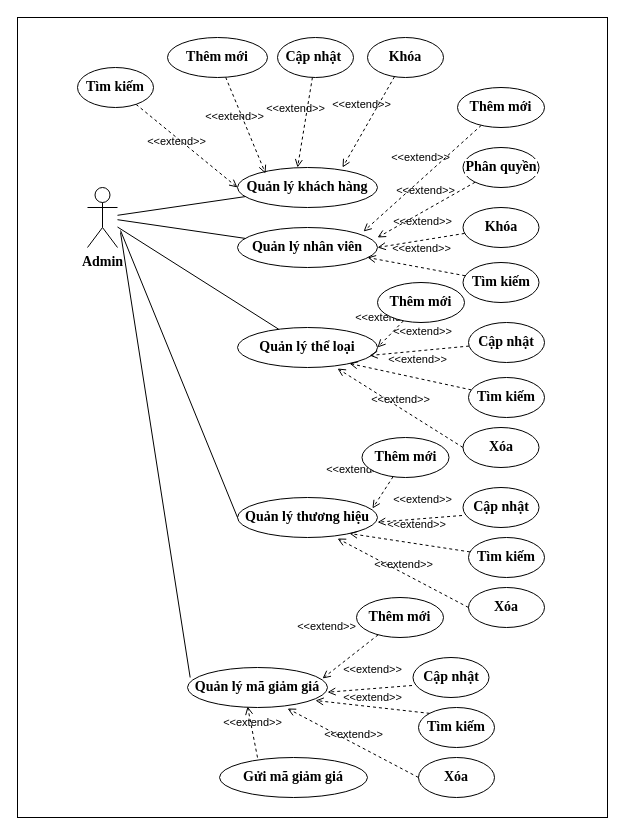
The draw.io diagram page "UC Admin" (7 of 68) of Biểu đồ không có tiêu đề.drawio in tongdat27/C-, before the edit. Source tidied: cells renumbered, new cells numbered last; positions are measured from the earlier drawing's top-left corner, leaving out a move shared by most shapes. Both pictures are drawn from the tidied source at 100%, with x=0, y=0 at pixel (17, 17).
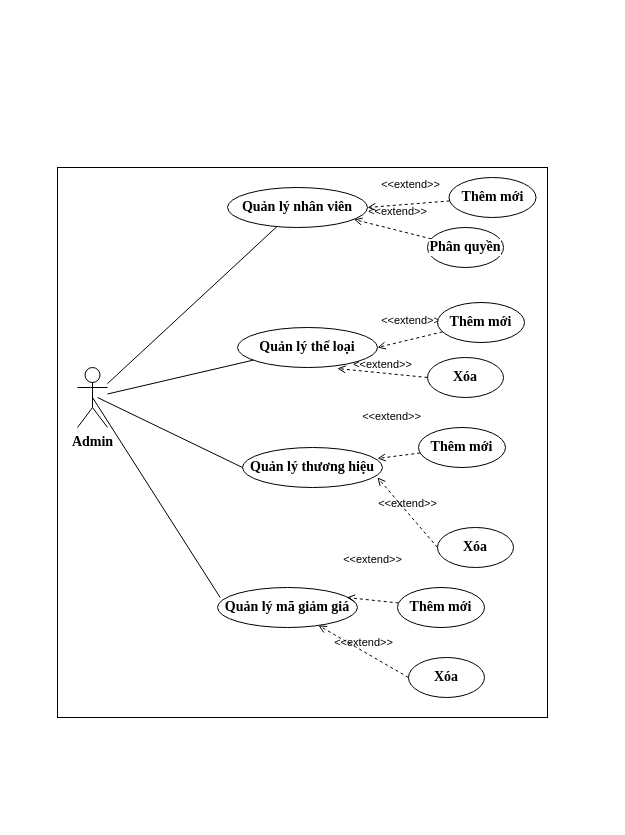
After the change.

Commit message:
Cập nhật Biểu đồ không có tiêu đề.drawio

Unchanged cells that the change refers to:
```xml
<mxCell id="6" value="&lt;span style=&quot;font-size: 14px;&quot;&gt;Quản lý thể loại&lt;/span&gt;" style="ellipse;whiteSpace=wrap;html=1;fontFamily=Times New Roman;fontSize=14;labelBackgroundColor=default;fontColor=#000000;fontStyle=1;labelBorderColor=none;" parent="1" vertex="1">
  <mxGeometry x="220" y="310" width="140" height="40" as="geometry" />
</mxCell>
```

Diff of the diagram source:
```diff
@@
     <mxCell id="2" style="rounded=0;whiteSpace=wrap;html=1;" parent="1" vertex="1">
-      <mxGeometry width="590" height="800" as="geometry" />
+      <mxGeometry x="40" y="150" width="490" height="550" as="geometry" />
     </mxCell>
     <mxCell id="3" value="Admin" style="shape=umlActor;verticalLabelPosition=bottom;verticalAlign=top;html=1;outlineConnect=0;fontFamily=Times New Roman;fontSize=14;labelBackgroundColor=default;fontColor=#000000;fontStyle=1;labelBorderColor=none;" parent="1" vertex="1">
-      <mxGeometry x="70" y="170" width="30" height="60" as="geometry" />
+      <mxGeometry x="60" y="350" width="30" height="60" as="geometry" />
     </mxCell>
-    <mxCell id="4" value="&lt;span style=&quot;font-size: 14px;&quot;&gt;Quản lý khách hàng&lt;/span&gt;" style="ellipse;whiteSpace=wrap;html=1;fontFamily=Times New Roman;fontSize=14;labelBackgroundColor=default;fontColor=#000000;fontStyle=1;labelBorderColor=none;" parent="1" vertex="1">
-      <mxGeometry x="220" y="150" width="140" height="40" as="geometry" />
-    </mxCell>
     <mxCell id="5" value="&lt;span style=&quot;font-size: 14px;&quot;&gt;Quản lý nhân viên&lt;/span&gt;" style="ellipse;whiteSpace=wrap;html=1;fontFamily=Times New Roman;fontSize=14;labelBackgroundColor=default;fontColor=#000000;fontStyle=1;labelBorderColor=none;" parent="1" vertex="1">
-      <mxGeometry x="220" y="210" width="140" height="40" as="geometry" />
+      <mxGeometry x="210" y="170" width="140" height="40" as="geometry" />
     </mxCell>
@@
     <mxCell id="7" value="&lt;span style=&quot;font-size: 14px;&quot;&gt;Quản lý thương hiệu&lt;/span&gt;" style="ellipse;whiteSpace=wrap;html=1;fontFamily=Times New Roman;fontSize=14;labelBackgroundColor=default;fontColor=#000000;fontStyle=1;labelBorderColor=none;" parent="1" vertex="1">
-      <mxGeometry x="220" y="480" width="140" height="40" as="geometry" />
+      <mxGeometry x="225" y="430" width="140" height="40" as="geometry" />
     </mxCell>
-    <mxCell id="8" style="endArrow=none;html=1;rounded=0;fontFamily=Times New Roman;fontSize=14;labelBackgroundColor=default;fontColor=#000000;fontStyle=1;labelBorderColor=none;" parent="1" edge="1" source="3" target="4">
-      <mxGeometry relative="1" as="geometry" />
-    </mxCell>
@@
     <mxCell id="11" style="endArrow=none;html=1;rounded=0;entryX=0;entryY=0.5;entryDx=0;entryDy=0;fontFamily=Times New Roman;fontSize=14;labelBackgroundColor=default;fontColor=#000000;fontStyle=1;labelBorderColor=none;" parent="1" edge="1" target="7">
       <mxGeometry relative="1" as="geometry">
-        <mxPoint x="103" y="213" as="sourcePoint" />
+        <mxPoint x="80" y="380" as="sourcePoint" />
       </mxGeometry>
     </mxCell>
-    <mxCell id="12" style="endArrow=none;html=1;rounded=0;entryX=0.019;entryY=0.25;entryDx=0;entryDy=0;entryPerimeter=0;fontFamily=Times New Roman;fontSize=14;labelBackgroundColor=default;fontColor=#000000;fontStyle=1;labelBorderColor=none;" parent="1" edge="1" target="13">
-      <mxGeometry relative="1" as="geometry">
-        <mxPoint x="103" y="215" as="sourcePoint" />
-      </mxGeometry>
+    <mxCell id="12" style="endArrow=none;html=1;rounded=0;entryX=0.019;entryY=0.25;entryDx=0;entryDy=0;entryPerimeter=0;fontFamily=Times New Roman;fontSize=14;labelBackgroundColor=default;fontColor=#000000;fontStyle=1;labelBorderColor=none;exitX=0.5;exitY=0.5;exitDx=0;exitDy=0;exitPerimeter=0;" parent="1" edge="1" source="3" target="13">
+      <mxGeometry relative="1" as="geometry" />
     </mxCell>
     <mxCell id="13" value="&lt;span style=&quot;font-size: 14px;&quot;&gt;Quản lý mã giảm giá&lt;/span&gt;" style="ellipse;whiteSpace=wrap;html=1;fontFamily=Times New Roman;fontSize=14;labelBackgroundColor=default;fontColor=#000000;fontStyle=1;labelBorderColor=none;" parent="1" vertex="1">
-      <mxGeometry x="170" y="650" width="140" height="40" as="geometry" />
+      <mxGeometry x="200" y="570" width="140" height="40" as="geometry" />
     </mxCell>
-    <mxCell id="14" value="&amp;lt;&amp;lt;extend&amp;gt;&amp;gt;" style="html=1;verticalAlign=bottom;labelBackgroundColor=none;endArrow=open;endFill=0;dashed=1;rounded=0;entryX=0.2;entryY=0.15;entryDx=0;entryDy=0;entryPerimeter=0;" parent="1" edge="1" source="15" target="4">
-      <mxGeometry x="-0.08" y="-10" relative="1" as="geometry" />
-    </mxCell>
-    <mxCell id="15" value="&lt;span style=&quot;font-size: 14px;&quot;&gt;Thêm mới&lt;/span&gt;" style="ellipse;whiteSpace=wrap;html=1;fontFamily=Times New Roman;fontSize=14;labelBackgroundColor=default;fontColor=#000000;fontStyle=1;labelBorderColor=none;" parent="1" vertex="1">
-      <mxGeometry x="150" y="20" width="100" height="40" as="geometry" />
-    </mxCell>
-    <mxCell id="16" value="&amp;lt;&amp;lt;extend&amp;gt;&amp;gt;" style="html=1;verticalAlign=bottom;labelBackgroundColor=none;endArrow=open;endFill=0;dashed=1;rounded=0;entryX=0.429;entryY=0;entryDx=0;entryDy=0;entryPerimeter=0;" parent="1" edge="1" source="17" target="4">
-      <mxGeometry x="-0.08" y="-10" relative="1" as="geometry" />
-    </mxCell>
-    <mxCell id="17" value="&lt;span style=&quot;font-size: 14px;&quot;&gt;Cập nhật&amp;nbsp;&lt;/span&gt;" style="ellipse;whiteSpace=wrap;html=1;fontFamily=Times New Roman;fontSize=14;labelBackgroundColor=default;fontColor=#000000;fontStyle=1;labelBorderColor=none;" parent="1" vertex="1">
-      <mxGeometry x="260" y="20" width="76" height="40" as="geometry" />
-    </mxCell>
-    <mxCell id="18" value="&amp;lt;&amp;lt;extend&amp;gt;&amp;gt;" style="html=1;verticalAlign=bottom;labelBackgroundColor=none;endArrow=open;endFill=0;dashed=1;rounded=0;entryX=0.75;entryY=0;entryDx=0;entryDy=0;entryPerimeter=0;" parent="1" edge="1" source="19" target="4">
-      <mxGeometry x="-0.08" y="-10" relative="1" as="geometry" />
-    </mxCell>
-    <mxCell id="19" value="&lt;span style=&quot;font-size: 14px;&quot;&gt;Khóa&lt;/span&gt;" style="ellipse;whiteSpace=wrap;html=1;fontFamily=Times New Roman;fontSize=14;labelBackgroundColor=default;fontColor=#000000;fontStyle=1;labelBorderColor=none;" parent="1" vertex="1">
-      <mxGeometry x="350" y="20" width="76" height="40" as="geometry" />
-    </mxCell>
-    <mxCell id="20" value="&amp;lt;&amp;lt;extend&amp;gt;&amp;gt;" style="html=1;verticalAlign=bottom;labelBackgroundColor=none;endArrow=open;endFill=0;dashed=1;rounded=0;entryX=0.9;entryY=0.1;entryDx=0;entryDy=0;entryPerimeter=0;" parent="1" edge="1" source="21" target="5">
+    <mxCell id="20" value="&amp;lt;&amp;lt;extend&amp;gt;&amp;gt;" style="html=1;verticalAlign=bottom;labelBackgroundColor=none;endArrow=open;endFill=0;dashed=1;rounded=0;entryX=1;entryY=0.5;entryDx=0;entryDy=0;" parent="1" edge="1" source="21" target="5">
       <mxGeometry x="-0.08" y="-10" relative="1" as="geometry" />
     </mxCell>
     <mxCell id="21" value="&lt;span style=&quot;font-size: 14px;&quot;&gt;Thêm mới&lt;/span&gt;" style="ellipse;whiteSpace=wrap;html=1;fontFamily=Times New Roman;fontSize=14;labelBackgroundColor=default;fontColor=#000000;fontStyle=1;labelBorderColor=none;" parent="1" vertex="1">
-      <mxGeometry x="440" y="70" width="87" height="40" as="geometry" />
+      <mxGeometry x="431.5" y="160" width="87" height="40" as="geometry" />
     </mxCell>
-    <mxCell id="22" value="&amp;lt;&amp;lt;extend&amp;gt;&amp;gt;" style="html=1;verticalAlign=bottom;labelBackgroundColor=none;endArrow=open;endFill=0;dashed=1;rounded=0;entryX=1;entryY=0.25;entryDx=0;entryDy=0;entryPerimeter=0;" parent="1" edge="1" source="23" target="5">
+    <mxCell id="22" value="&amp;lt;&amp;lt;extend&amp;gt;&amp;gt;" style="html=1;verticalAlign=bottom;labelBackgroundColor=none;endArrow=open;endFill=0;dashed=1;rounded=0;entryX=0.904;entryY=0.799;entryDx=0;entryDy=0;entryPerimeter=0;" parent="1" edge="1" source="23" target="5">
       <mxGeometry x="-0.08" y="-10" relative="1" as="geometry" />
     </mxCell>
     <mxCell id="23" value="&lt;span style=&quot;font-size: 14px;&quot;&gt;Phân quyền&lt;/span&gt;" style="ellipse;whiteSpace=wrap;html=1;fontFamily=Times New Roman;fontSize=14;labelBackgroundColor=default;fontColor=#000000;fontStyle=1;labelBorderColor=none;" parent="1" vertex="1">
-      <mxGeometry x="445.5" y="130" width="76" height="40" as="geometry" />
+      <mxGeometry x="410" y="210" width="76" height="40" as="geometry" />
     </mxCell>
-    <mxCell id="24" value="&amp;lt;&amp;lt;extend&amp;gt;&amp;gt;" style="html=1;verticalAlign=bottom;labelBackgroundColor=none;endArrow=open;endFill=0;dashed=1;rounded=0;entryX=1;entryY=0.5;entryDx=0;entryDy=0;" parent="1" edge="1" source="25" target="5">
-      <mxGeometry x="-0.08" y="-10" relative="1" as="geometry" />
-    </mxCell>
-    <mxCell id="25" value="&lt;span style=&quot;font-size: 14px;&quot;&gt;Khóa&lt;/span&gt;" style="ellipse;whiteSpace=wrap;html=1;fontFamily=Times New Roman;fontSize=14;labelBackgroundColor=default;fontColor=#000000;fontStyle=1;labelBorderColor=none;" parent="1" vertex="1">
-      <mxGeometry x="445.5" y="190" width="76" height="40" as="geometry" />
-    </mxCell>
-    <mxCell id="26" value="&amp;lt;&amp;lt;extend&amp;gt;&amp;gt;" style="html=1;verticalAlign=bottom;labelBackgroundColor=none;endArrow=open;endFill=0;dashed=1;rounded=0;entryX=0.75;entryY=0;entryDx=0;entryDy=0;entryPerimeter=0;" parent="1" edge="1" source="27">
-      <mxGeometry x="-0.08" y="-10" relative="1" as="geometry">
-        <mxPoint x="220" y="170" as="targetPoint" />
-      </mxGeometry>
-    </mxCell>
-    <mxCell id="27" value="&lt;span style=&quot;font-size: 14px;&quot;&gt;Tìm kiếm&lt;/span&gt;" style="ellipse;whiteSpace=wrap;html=1;fontFamily=Times New Roman;fontSize=14;labelBackgroundColor=default;fontColor=#000000;fontStyle=1;labelBorderColor=none;" parent="1" vertex="1">
-      <mxGeometry x="60" y="50" width="76" height="40" as="geometry" />
-    </mxCell>
-    <mxCell id="28" value="&amp;lt;&amp;lt;extend&amp;gt;&amp;gt;" style="html=1;verticalAlign=bottom;labelBackgroundColor=none;endArrow=open;endFill=0;dashed=1;rounded=0;entryX=0.929;entryY=0.75;entryDx=0;entryDy=0;entryPerimeter=0;" parent="1" edge="1" source="29" target="5">
-      <mxGeometry x="-0.08" y="-10" relative="1" as="geometry" />
-    </mxCell>
-    <mxCell id="29" value="&lt;span style=&quot;font-size: 14px;&quot;&gt;Tìm kiếm&lt;/span&gt;" style="ellipse;whiteSpace=wrap;html=1;fontFamily=Times New Roman;fontSize=14;labelBackgroundColor=default;fontColor=#000000;fontStyle=1;labelBorderColor=none;" parent="1" vertex="1">
-      <mxGeometry x="445.5" y="245" width="76" height="40" as="geometry" />
-    </mxCell>
@@
     <mxCell id="31" value="&lt;span style=&quot;font-size: 14px;&quot;&gt;Thêm mới&lt;/span&gt;" style="ellipse;whiteSpace=wrap;html=1;fontFamily=Times New Roman;fontSize=14;labelBackgroundColor=default;fontColor=#000000;fontStyle=1;labelBorderColor=none;" parent="1" vertex="1">
-      <mxGeometry x="360" y="265" width="87" height="40" as="geometry" />
+      <mxGeometry x="420" y="285" width="87" height="40" as="geometry" />
     </mxCell>
-    <mxCell id="32" value="&amp;lt;&amp;lt;extend&amp;gt;&amp;gt;" style="html=1;verticalAlign=bottom;labelBackgroundColor=none;endArrow=open;endFill=0;dashed=1;rounded=0;entryX=0.943;entryY=0.7;entryDx=0;entryDy=0;entryPerimeter=0;" parent="1" edge="1" source="33" target="6">
-      <mxGeometry x="-0.08" y="-10" relative="1" as="geometry" />
-    </mxCell>
-    <mxCell id="33" value="&lt;span style=&quot;font-size: 14px;&quot;&gt;Cập nhật&lt;/span&gt;" style="ellipse;whiteSpace=wrap;html=1;fontFamily=Times New Roman;fontSize=14;labelBackgroundColor=default;fontColor=#000000;fontStyle=1;labelBorderColor=none;" parent="1" vertex="1">
-      <mxGeometry x="451" y="305" width="76" height="40" as="geometry" />
-    </mxCell>
     <mxCell id="34" value="&lt;span style=&quot;font-size: 14px;&quot;&gt;Xóa&lt;/span&gt;" style="ellipse;whiteSpace=wrap;html=1;fontFamily=Times New Roman;fontSize=14;labelBackgroundColor=default;fontColor=#000000;fontStyle=1;labelBorderColor=none;" parent="1" vertex="1">
-      <mxGeometry x="445.5" y="410" width="76" height="40" as="geometry" />
+      <mxGeometry x="410" y="340" width="76" height="40" as="geometry" />
     </mxCell>
-    <mxCell id="35" value="&amp;lt;&amp;lt;extend&amp;gt;&amp;gt;" style="html=1;verticalAlign=bottom;labelBackgroundColor=none;endArrow=open;endFill=0;dashed=1;rounded=0;entryX=0.8;entryY=0.9;entryDx=0;entryDy=0;entryPerimeter=0;" parent="1" edge="1" source="36" target="6">
-      <mxGeometry x="-0.08" y="-10" relative="1" as="geometry" />
-    </mxCell>
-    <mxCell id="36" value="&lt;span style=&quot;font-size: 14px;&quot;&gt;Tìm kiếm&lt;/span&gt;" style="ellipse;whiteSpace=wrap;html=1;fontFamily=Times New Roman;fontSize=14;labelBackgroundColor=default;fontColor=#000000;fontStyle=1;labelBorderColor=none;" parent="1" vertex="1">
-      <mxGeometry x="451" y="360" width="76" height="40" as="geometry" />
-    </mxCell>
@@
     <mxCell id="39" value="&lt;span style=&quot;font-size: 14px;&quot;&gt;Thêm mới&lt;/span&gt;" style="ellipse;whiteSpace=wrap;html=1;fontFamily=Times New Roman;fontSize=14;labelBackgroundColor=default;fontColor=#000000;fontStyle=1;labelBorderColor=none;" parent="1" vertex="1">
-      <mxGeometry x="344.5" y="420" width="87" height="40" as="geometry" />
+      <mxGeometry x="401" y="410" width="87" height="40" as="geometry" />
     </mxCell>
-    <mxCell id="40" value="&lt;span style=&quot;font-size: 14px;&quot;&gt;Cập nhật&lt;/span&gt;" style="ellipse;whiteSpace=wrap;html=1;fontFamily=Times New Roman;fontSize=14;labelBackgroundColor=default;fontColor=#000000;fontStyle=1;labelBorderColor=none;" parent="1" vertex="1">
-      <mxGeometry x="445.5" y="470" width="76" height="40" as="geometry" />
-    </mxCell>
     <mxCell id="41" value="&lt;span style=&quot;font-size: 14px;&quot;&gt;Xóa&lt;/span&gt;" style="ellipse;whiteSpace=wrap;html=1;fontFamily=Times New Roman;fontSize=14;labelBackgroundColor=default;fontColor=#000000;fontStyle=1;labelBorderColor=none;" parent="1" vertex="1">
-      <mxGeometry x="451" y="570" width="76" height="40" as="geometry" />
+      <mxGeometry x="420" y="510" width="76" height="40" as="geometry" />
     </mxCell>
-    <mxCell id="42" value="&amp;lt;&amp;lt;extend&amp;gt;&amp;gt;" style="html=1;verticalAlign=bottom;labelBackgroundColor=none;endArrow=open;endFill=0;dashed=1;rounded=0;entryX=0.8;entryY=0.9;entryDx=0;entryDy=0;entryPerimeter=0;" parent="1" edge="1" source="43">
-      <mxGeometry x="-0.08" y="-10" relative="1" as="geometry">
-        <mxPoint x="332" y="516" as="targetPoint" />
-      </mxGeometry>
-    </mxCell>
-    <mxCell id="43" value="&lt;span style=&quot;font-size: 14px;&quot;&gt;Tìm kiếm&lt;/span&gt;" style="ellipse;whiteSpace=wrap;html=1;fontFamily=Times New Roman;fontSize=14;labelBackgroundColor=default;fontColor=#000000;fontStyle=1;labelBorderColor=none;" parent="1" vertex="1">
-      <mxGeometry x="451" y="520" width="76" height="40" as="geometry" />
-    </mxCell>
-    <mxCell id="44" value="&amp;lt;&amp;lt;extend&amp;gt;&amp;gt;" style="html=1;verticalAlign=bottom;labelBackgroundColor=none;endArrow=open;endFill=0;dashed=1;rounded=0;exitX=0;exitY=0.5;exitDx=0;exitDy=0;entryX=0.714;entryY=1.025;entryDx=0;entryDy=0;entryPerimeter=0;" parent="1" edge="1" source="41">
-      <mxGeometry relative="1" as="geometry">
-        <mxPoint x="320" y="521" as="targetPoint" />
-      </mxGeometry>
+    <mxCell id="44" value="&amp;lt;&amp;lt;extend&amp;gt;&amp;gt;" style="html=1;verticalAlign=bottom;labelBackgroundColor=none;endArrow=open;endFill=0;dashed=1;rounded=0;exitX=0;exitY=0.5;exitDx=0;exitDy=0;entryX=0.964;entryY=0.75;entryDx=0;entryDy=0;entryPerimeter=0;" parent="1" edge="1" source="41" target="7">
+      <mxGeometry relative="1" as="geometry" />
     </mxCell>
-    <mxCell id="45" value="&amp;lt;&amp;lt;extend&amp;gt;&amp;gt;" style="html=1;verticalAlign=bottom;labelBackgroundColor=none;endArrow=open;endFill=0;dashed=1;rounded=0;entryX=0.943;entryY=0.7;entryDx=0;entryDy=0;entryPerimeter=0;exitX=-0.013;exitY=0.7;exitDx=0;exitDy=0;exitPerimeter=0;" parent="1" edge="1" source="40">
-      <mxGeometry x="-0.08" y="-10" relative="1" as="geometry">
-        <mxPoint x="360" y="504.7" as="targetPoint" />
-      </mxGeometry>
-    </mxCell>
-    <mxCell id="46" value="&amp;lt;&amp;lt;extend&amp;gt;&amp;gt;" style="html=1;verticalAlign=bottom;labelBackgroundColor=none;endArrow=open;endFill=0;dashed=1;rounded=0;entryX=0.964;entryY=0.275;entryDx=0;entryDy=0;entryPerimeter=0;" parent="1" edge="1" source="47">
-      <mxGeometry x="0.16" y="-31" relative="1" as="geometry">
-        <mxPoint x="305" y="661" as="targetPoint" />
-      </mxGeometry>
+    <mxCell id="46" value="&amp;lt;&amp;lt;extend&amp;gt;&amp;gt;" style="html=1;verticalAlign=bottom;labelBackgroundColor=none;endArrow=open;endFill=0;dashed=1;rounded=0;entryX=0.924;entryY=0.25;entryDx=0;entryDy=0;entryPerimeter=0;" parent="1" edge="1" source="47" target="13">
+      <mxGeometry x="0.16" y="-31" relative="1" as="geometry" />
     </mxCell>
     <mxCell id="47" value="&lt;span style=&quot;font-size: 14px;&quot;&gt;Thêm mới&lt;/span&gt;" style="ellipse;whiteSpace=wrap;html=1;fontFamily=Times New Roman;fontSize=14;labelBackgroundColor=default;fontColor=#000000;fontStyle=1;labelBorderColor=none;" parent="1" vertex="1">
-      <mxGeometry x="339" y="580" width="87" height="40" as="geometry" />
+      <mxGeometry x="380" y="570" width="87" height="40" as="geometry" />
     </mxCell>
-    <mxCell id="48" value="&lt;span style=&quot;font-size: 14px;&quot;&gt;Cập nhật&lt;/span&gt;" style="ellipse;whiteSpace=wrap;html=1;fontFamily=Times New Roman;fontSize=14;labelBackgroundColor=default;fontColor=#000000;fontStyle=1;labelBorderColor=none;" parent="1" vertex="1">
-      <mxGeometry x="395.5" y="640" width="76" height="40" as="geometry" />
-    </mxCell>
     <mxCell id="49" value="&lt;span style=&quot;font-size: 14px;&quot;&gt;Xóa&lt;/span&gt;" style="ellipse;whiteSpace=wrap;html=1;fontFamily=Times New Roman;fontSize=14;labelBackgroundColor=default;fontColor=#000000;fontStyle=1;labelBorderColor=none;" parent="1" vertex="1">
-      <mxGeometry x="401" y="740" width="76" height="40" as="geometry" />
+      <mxGeometry x="391" y="640" width="76" height="40" as="geometry" />
     </mxCell>
-    <mxCell id="50" value="&lt;span style=&quot;font-size: 14px;&quot;&gt;Tìm kiếm&lt;/span&gt;" style="ellipse;whiteSpace=wrap;html=1;fontFamily=Times New Roman;fontSize=14;labelBackgroundColor=default;fontColor=#000000;fontStyle=1;labelBorderColor=none;" parent="1" vertex="1">
-      <mxGeometry x="401" y="690" width="76" height="40" as="geometry" />
-    </mxCell>
-    <mxCell id="51" value="&amp;lt;&amp;lt;extend&amp;gt;&amp;gt;" style="html=1;verticalAlign=bottom;labelBackgroundColor=none;endArrow=open;endFill=0;dashed=1;rounded=0;exitX=0;exitY=0.5;exitDx=0;exitDy=0;entryX=0.714;entryY=1.025;entryDx=0;entryDy=0;entryPerimeter=0;" parent="1" edge="1" source="49">
-      <mxGeometry relative="1" as="geometry">
-        <mxPoint x="270" y="691" as="targetPoint" />
-      </mxGeometry>
+    <mxCell id="51" value="&amp;lt;&amp;lt;extend&amp;gt;&amp;gt;" style="html=1;verticalAlign=bottom;labelBackgroundColor=none;endArrow=open;endFill=0;dashed=1;rounded=0;exitX=0;exitY=0.5;exitDx=0;exitDy=0;" parent="1" edge="1" source="49" target="13">
+      <mxGeometry relative="1" as="geometry" />
     </mxCell>
-    <mxCell id="52" value="&amp;lt;&amp;lt;extend&amp;gt;&amp;gt;" style="html=1;verticalAlign=bottom;labelBackgroundColor=none;endArrow=open;endFill=0;dashed=1;rounded=0;entryX=0.943;entryY=0.7;entryDx=0;entryDy=0;entryPerimeter=0;exitX=-0.013;exitY=0.7;exitDx=0;exitDy=0;exitPerimeter=0;" parent="1" edge="1" source="48">
-      <mxGeometry x="-0.08" y="-10" relative="1" as="geometry">
-        <mxPoint x="310" y="674.7" as="targetPoint" />
-      </mxGeometry>
-    </mxCell>
-    <mxCell id="53" value="&amp;lt;&amp;lt;extend&amp;gt;&amp;gt;" style="html=1;verticalAlign=bottom;labelBackgroundColor=none;endArrow=open;endFill=0;dashed=1;rounded=0;exitX=0;exitY=0;exitDx=0;exitDy=0;entryX=0.914;entryY=0.825;entryDx=0;entryDy=0;entryPerimeter=0;" parent="1" edge="1" source="50" target="13">
-      <mxGeometry relative="1" as="geometry" />
-    </mxCell>
-    <mxCell id="54" value="&amp;lt;&amp;lt;extend&amp;gt;&amp;gt;" style="html=1;verticalAlign=bottom;labelBackgroundColor=none;endArrow=open;endFill=0;dashed=1;rounded=0;entryX=0.429;entryY=0.975;entryDx=0;entryDy=0;entryPerimeter=0;" parent="1" edge="1" target="13">
-      <mxGeometry relative="1" as="geometry">
-        <mxPoint x="240" y="740" as="sourcePoint" />
-      </mxGeometry>
-    </mxCell>
-    <mxCell id="55" value="Gửi mã giảm giá" style="ellipse;whiteSpace=wrap;html=1;fontFamily=Times New Roman;fontSize=14;labelBackgroundColor=default;fontColor=#000000;fontStyle=1;labelBorderColor=none;" parent="1" vertex="1">
-      <mxGeometry x="202" y="740" width="148" height="40" as="geometry" />
-    </mxCell>
```
